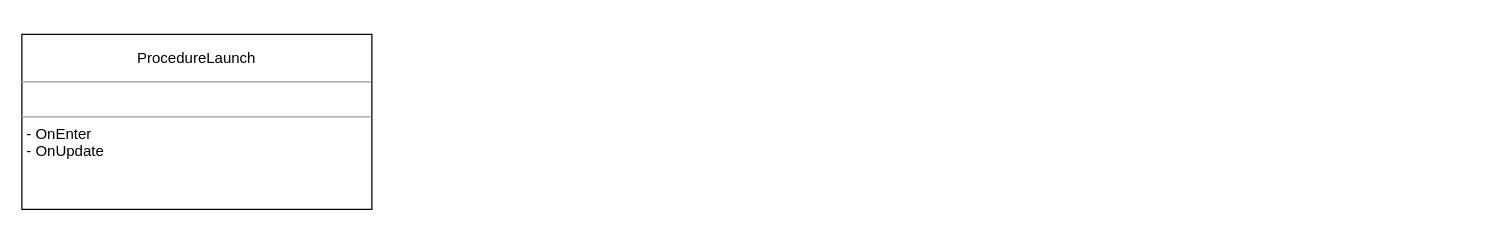
Above: GF/启动流程.drawio in GuiYe314/draw.io (draw.io), before the change. Source tidied: cells renumbered, new cells numbered last; positions are measured from the earlier drawing's top-left corner, leaving out a move shared by most shapes. Both pictures are drawn from the tidied source at 125%, with x=0, y=0 at pixel (21, 34).
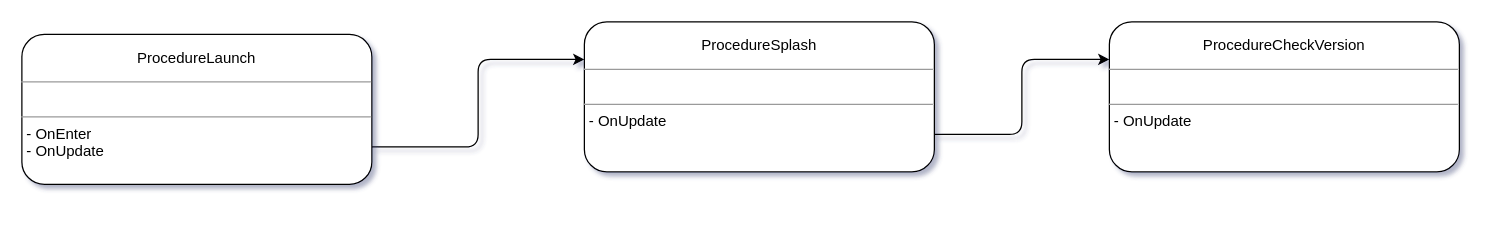
The same page after the edit.

Commit message (it also covers changes not shown here):
更新启动流程.drawio

The edit, as a diff of the source:
```diff
@@
-<mxGraphModel>
+<mxGraphModel background="#ffffff" shadow="1">
   <root>
     <mxCell id="0" />
     <mxCell id="1" parent="0" />
+    <mxCell id="3" style="edgeStyle=orthogonalEdgeStyle;rounded=1;jettySize=auto;html=1;exitX=1;exitY=0.75;exitDx=0;exitDy=0;entryX=0;entryY=0.25;entryDx=0;entryDy=0;labelBackgroundColor=none;fontColor=default;" parent="1" edge="1" source="2" target="5">
+      <mxGeometry relative="1" as="geometry" />
+    </mxCell>
-    <mxCell id="2" value="&lt;p style=&quot;text-align: center;&quot; id=&quot;20240716162614-uikbos3&quot;&gt;ProcedureLaunch&lt;/p&gt;&lt;hr size=&quot;1&quot;&gt;&lt;p style=&quot;margin:0px;margin-left:4px;&quot;&gt;&lt;br&gt;&lt;/p&gt;&lt;hr size=&quot;1&quot;&gt;&lt;p style=&quot;margin:0px;margin-left:4px;&quot;&gt;-&amp;nbsp;OnEnter&lt;/p&gt;&lt;p style=&quot;margin:0px;margin-left:4px;&quot;&gt;-&amp;nbsp;OnUpdate&lt;/p&gt;" style="verticalAlign=top;align=left;overflow=fill;fontSize=12;fontFamily=Helvetica;html=1;rounded=0;shadow=0;comic=0;labelBackgroundColor=none;strokeWidth=1;" parent="1" vertex="1">
-      <mxGeometry width="280" height="140" as="geometry" />
+    <mxCell id="2" value="&lt;p style=&quot;text-align: center;&quot; id=&quot;20240716162614-uikbos3&quot;&gt;ProcedureLaunch&lt;/p&gt;&lt;hr size=&quot;1&quot;&gt;&lt;p style=&quot;margin:0px;margin-left:4px;&quot;&gt;&lt;br&gt;&lt;/p&gt;&lt;hr size=&quot;1&quot;&gt;&lt;p style=&quot;margin:0px;margin-left:4px;&quot;&gt;-&amp;nbsp;OnEnter&lt;/p&gt;&lt;p style=&quot;margin:0px;margin-left:4px;&quot;&gt;-&amp;nbsp;OnUpdate&lt;/p&gt;" style="verticalAlign=top;align=left;overflow=fill;fontSize=12;fontFamily=Helvetica;html=1;rounded=1;shadow=0;comic=0;labelBackgroundColor=none;strokeWidth=1;" parent="1" vertex="1">
+      <mxGeometry width="280" height="120" as="geometry" />
     </mxCell>
+    <mxCell id="4" style="edgeStyle=orthogonalEdgeStyle;rounded=1;jettySize=auto;html=1;exitX=1;exitY=0.75;exitDx=0;exitDy=0;entryX=0;entryY=0.25;entryDx=0;entryDy=0;labelBackgroundColor=none;fontColor=default;" parent="1" edge="1" source="5" target="6">
+      <mxGeometry relative="1" as="geometry" />
+    </mxCell>
+    <mxCell id="5" value="&lt;p style=&quot;text-align: center;&quot; id=&quot;20240716162614-uikbos3&quot;&gt;ProcedureSplash&lt;/p&gt;&lt;hr size=&quot;1&quot;&gt;&lt;p style=&quot;margin:0px;margin-left:4px;&quot;&gt;&lt;br&gt;&lt;/p&gt;&lt;hr size=&quot;1&quot;&gt;&lt;p style=&quot;margin:0px;margin-left:4px;&quot;&gt;&lt;span style=&quot;background-color: initial;&quot;&gt;-&amp;nbsp;OnUpdate&lt;/span&gt;&lt;br&gt;&lt;/p&gt;" style="verticalAlign=top;align=left;overflow=fill;fontSize=12;fontFamily=Helvetica;html=1;rounded=1;shadow=0;comic=0;labelBackgroundColor=none;strokeWidth=1;" parent="1" vertex="1">
+      <mxGeometry x="450" y="-10" width="280" height="120" as="geometry" />
+    </mxCell>
+    <mxCell id="6" value="&lt;p style=&quot;text-align: center;&quot; id=&quot;20240716162614-uikbos3&quot;&gt;ProcedureCheckVersion&lt;/p&gt;&lt;hr size=&quot;1&quot;&gt;&lt;p style=&quot;margin:0px;margin-left:4px;&quot;&gt;&lt;br&gt;&lt;/p&gt;&lt;hr size=&quot;1&quot;&gt;&lt;p style=&quot;margin:0px;margin-left:4px;&quot;&gt;&lt;span style=&quot;background-color: initial;&quot;&gt;-&amp;nbsp;OnUpdate&lt;/span&gt;&lt;br&gt;&lt;/p&gt;" style="verticalAlign=top;align=left;overflow=fill;fontSize=12;fontFamily=Helvetica;html=1;rounded=1;shadow=0;comic=0;labelBackgroundColor=none;strokeWidth=1;" parent="1" vertex="1">
+      <mxGeometry x="870" y="-10" width="280" height="120" as="geometry" />
+    </mxCell>
   </root>
 </mxGraphModel>
```
